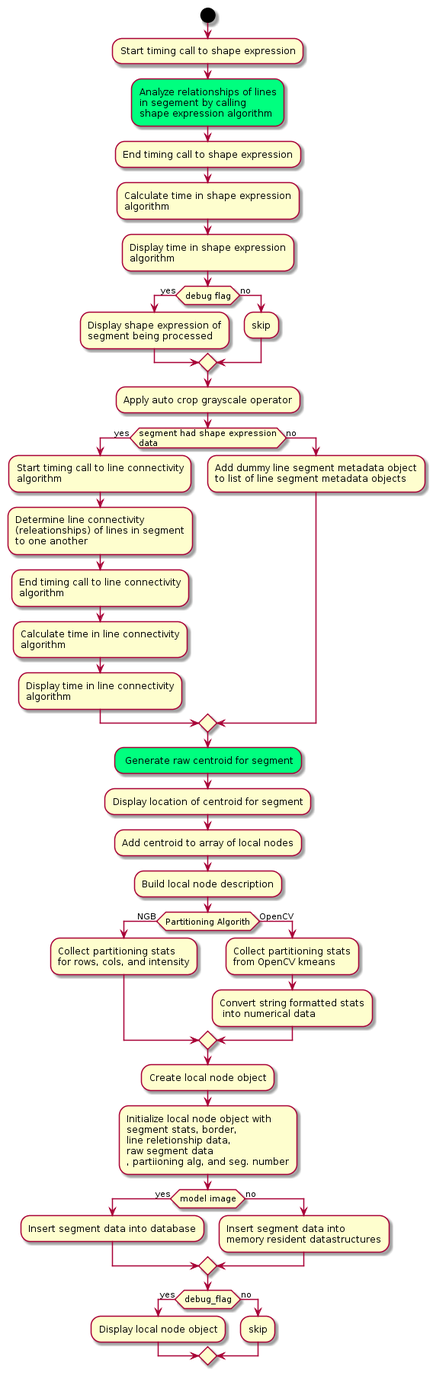
mrobbeloth/obstruction keeps this PlantUML diagram as docs/lgalgorithm_local_activity_2.png. Above is the earlier version.
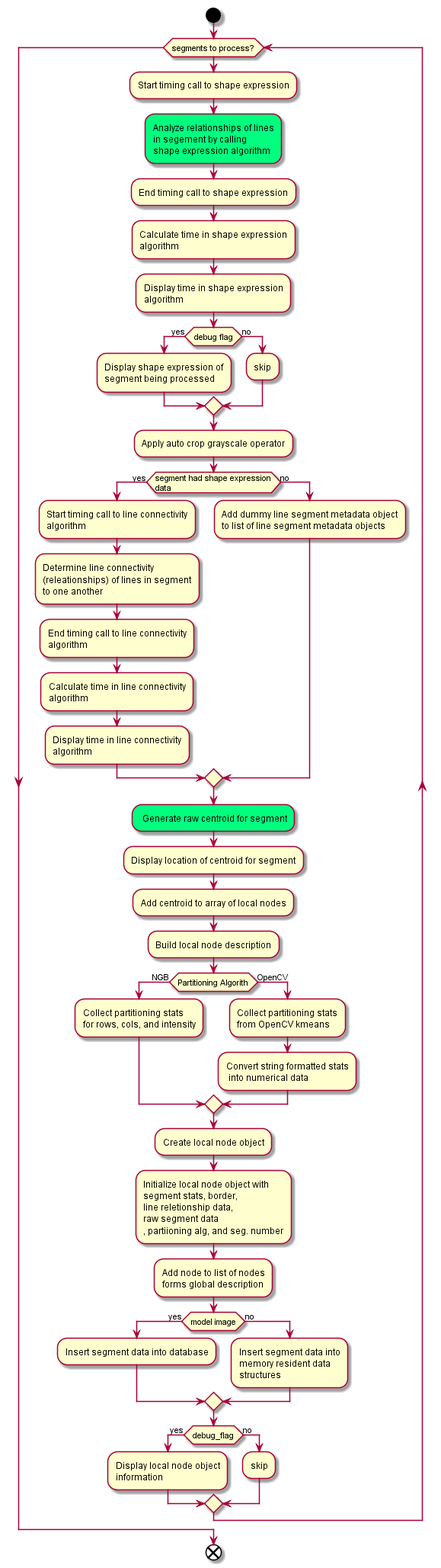
Above is the later version.

Commit message:
Update activity diagrams slightly to better reflect code flow

Change to the diagram source:
```diff
@@ -2,6 +2,7 @@
 
 start
 
+while (segments to process?)
 :Start timing call to shape expression;
 #00FF7F:Analyze relationships of lines\nin segement by calling\nshape expression algorithm;
 :End timing call to shape expression;
@@ -39,17 +40,23 @@
 
 :Create local node object;
 :Initialize local node object with\nsegment stats, border,\nline reletionship data,\nraw segment data\n, partiioning alg, and seg. number;
+:Add node to list of nodes\nforms global description;
 
 if (model image) then (yes)
    :Insert segment data into database;
 else (no)
-   :Insert segment data into\nmemory resident datastructures;
+   :Insert segment data into\nmemory resident data\nstructures;
 endif
 
 if (debug_flag) then (yes)
-   :Display local node object;
+   :Display local node object\ninformation;
 else (no)
    :skip;
 endif
 
+
+endwhile
+
+end
+
 @enduml
```
